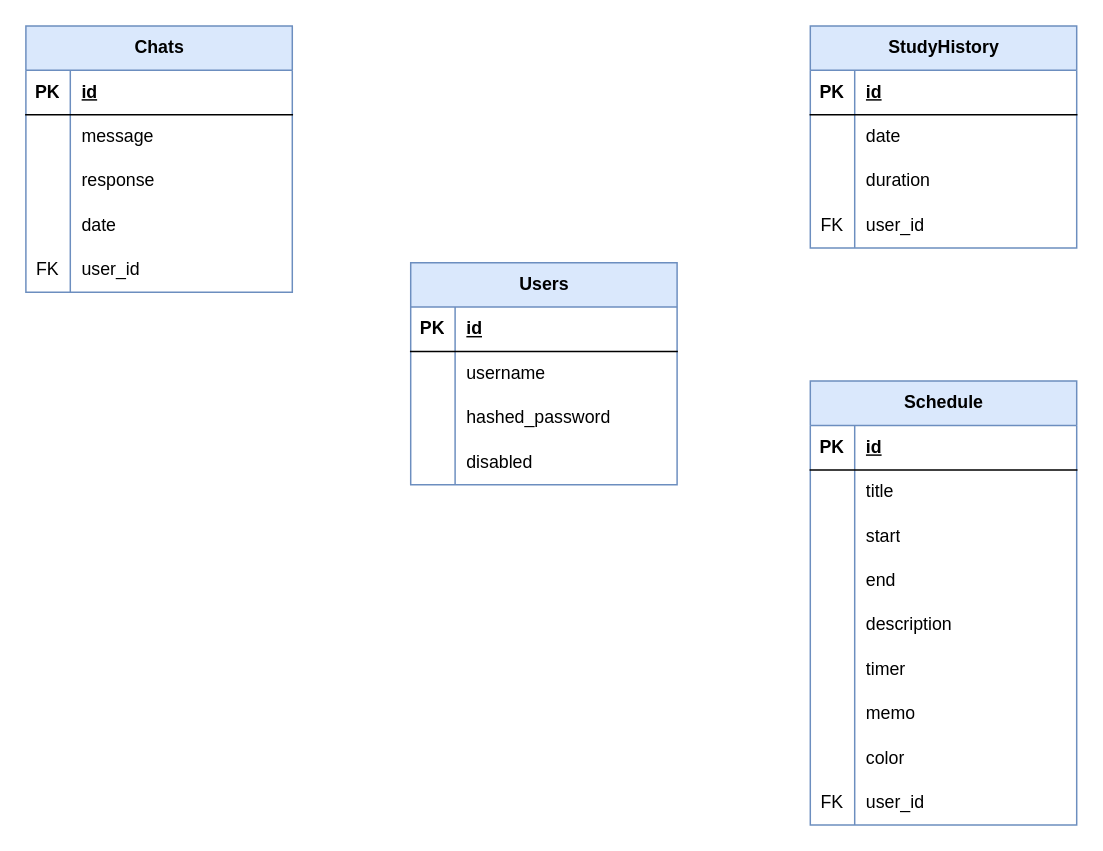
Above: ER.drawio in Aya-udg/Pomodoro_Timer (draw.io), before the change. Source tidied: cells renumbered, new cells numbered last; positions are measured from the earlier drawing's top-left corner, leaving out a move shared by most shapes. Both pictures are drawn from the tidied source at 148%, with x=0, y=0 at pixel (25, 25).
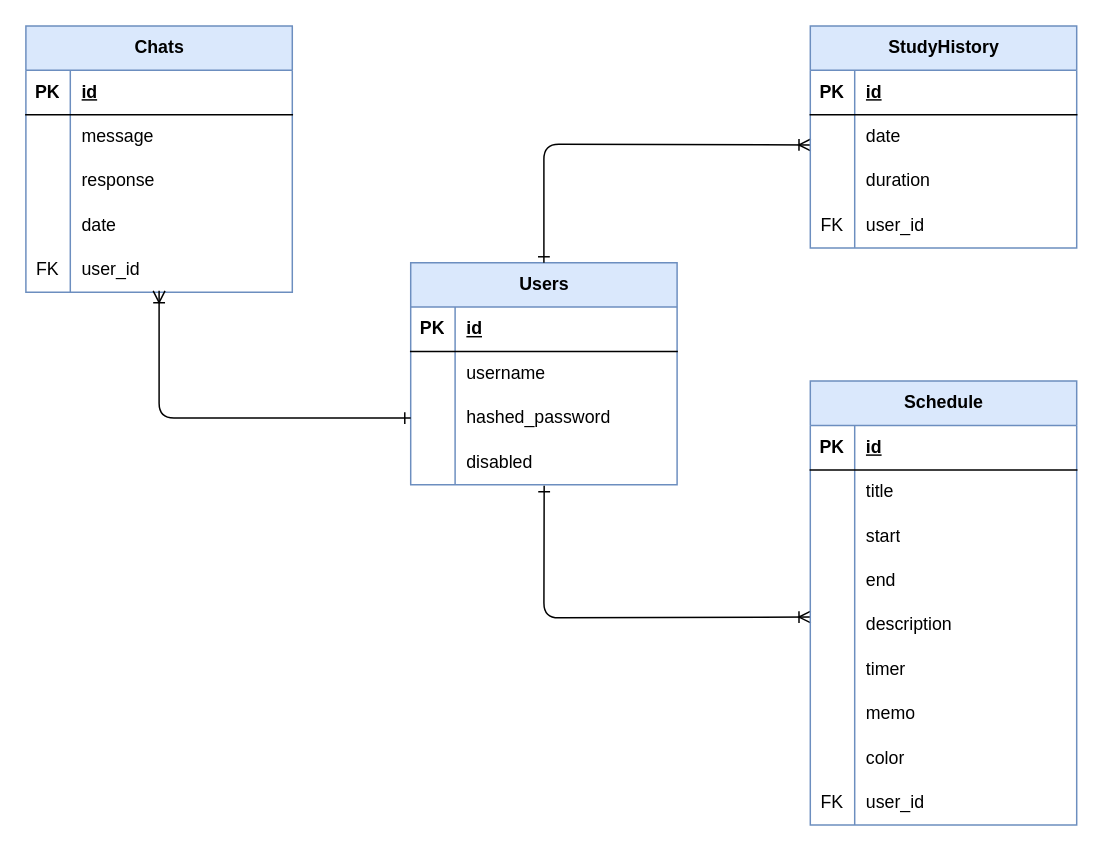
After the change.

The change refers to these unchanged cells:
```xml
<mxCell id="2" value="Users" style="shape=table;startSize=30;childLayout=tableLayout;rowLines=0;fontStyle=1;align=center;html=1;fillColor=#dae8fc;strokeColor=#6c8ebf;" parent="1" vertex="1">
  <mxGeometry x="260" y="160" width="180" height="150" as="geometry" />
</mxCell>
<mxCell id="9" style="shape=tableRow;horizontal=0;startSize=0;swimlaneHead=0;swimlaneBody=0;fillColor=none;points=[[0,0.5],[1,0.5]];portConstraint=eastwest;top=0;left=0;right=0;bottom=0;" parent="2" vertex="1">
  <mxGeometry y="90" width="180" height="30" as="geometry" />
</mxCell>
<mxCell id="12" style="shape=tableRow;horizontal=0;startSize=0;swimlaneHead=0;swimlaneBody=0;fillColor=none;points=[[0,0.5],[1,0.5]];portConstraint=eastwest;top=0;left=0;right=0;bottom=0;" parent="2" vertex="1">
  <mxGeometry y="120" width="180" height="30" as="geometry" />
</mxCell>
<mxCell id="28" style="shape=tableRow;horizontal=0;startSize=0;swimlaneHead=0;swimlaneBody=0;fillColor=none;points=[[0,0.5],[1,0.5]];portConstraint=eastwest;top=0;left=0;right=0;bottom=0;" parent="15" vertex="1">
  <mxGeometry y="150" width="180" height="30" as="geometry" />
</mxCell>
<mxCell id="47" style="shape=tableRow;horizontal=0;startSize=0;swimlaneHead=0;swimlaneBody=0;fillColor=none;points=[[0,0.5],[1,0.5]];portConstraint=eastwest;top=0;left=0;right=0;bottom=0;swimlaneLine=1;" parent="43" vertex="1">
  <mxGeometry y="60" width="180" height="30" as="geometry" />
</mxCell>
<mxCell id="69" style="shape=tableRow;horizontal=0;startSize=0;swimlaneHead=0;swimlaneBody=0;fillColor=none;points=[[0,0.5],[1,0.5]];portConstraint=eastwest;top=0;left=0;right=0;bottom=0;" parent="56" vertex="1">
  <mxGeometry y="150" width="180" height="30" as="geometry" />
</mxCell>
```

What changed in the source:
```diff
@@
+    <mxCell id="72" style="edgeStyle=none;html=1;exitX=0.002;exitY=0.314;exitDx=0;exitDy=0;exitPerimeter=0;entryX=0.501;entryY=1.024;entryDx=0;entryDy=0;entryPerimeter=0;startArrow=ERoneToMany;startFill=0;endArrow=ERone;endFill=0;" parent="1" edge="1" source="28" target="12">
+      <mxGeometry relative="1" as="geometry">
+        <Array as="points">
+          <mxPoint x="350" y="400" />
+        </Array>
+      </mxGeometry>
+    </mxCell>
@@
+    <mxCell id="73" style="edgeStyle=none;html=1;entryX=0.5;entryY=0;entryDx=0;entryDy=0;exitX=0.002;exitY=0.681;exitDx=0;exitDy=0;exitPerimeter=0;startArrow=ERoneToMany;startFill=0;endArrow=ERone;endFill=0;" parent="1" edge="1" source="47" target="2">
+      <mxGeometry relative="1" as="geometry">
+        <Array as="points">
+          <mxPoint x="350" y="80" />
+        </Array>
+      </mxGeometry>
+    </mxCell>
@@
+    <mxCell id="74" style="edgeStyle=none;html=1;entryX=0;entryY=0.5;entryDx=0;entryDy=0;exitX=0.5;exitY=0.967;exitDx=0;exitDy=0;exitPerimeter=0;endArrow=ERone;endFill=0;startArrow=ERoneToMany;startFill=0;" parent="1" edge="1" source="69" target="9">
+      <mxGeometry relative="1" as="geometry">
+        <Array as="points">
+          <mxPoint x="90" y="265" />
+        </Array>
+      </mxGeometry>
+    </mxCell>
```
